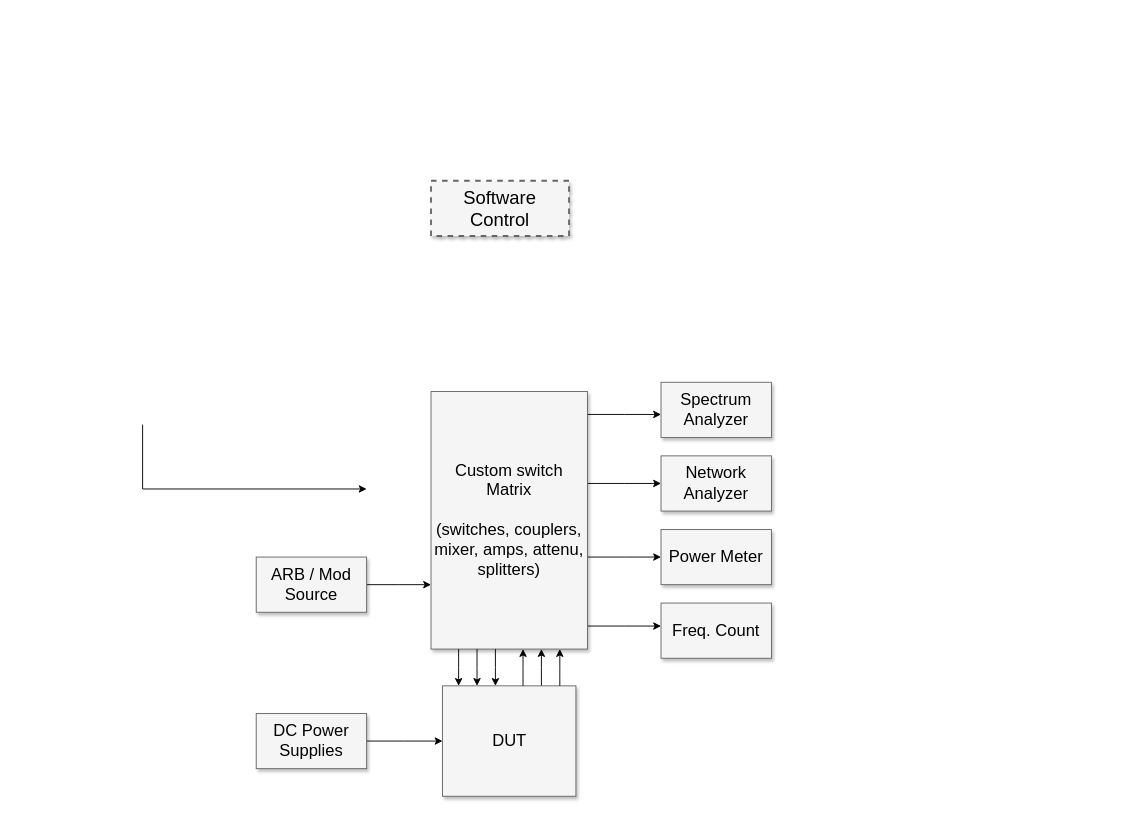
Earlier version of the draw.io diagram can_f767_2_block_diagram.drawio (benjaminkravets/STM32F767ZI). Source tidied: cells renumbered, new cells numbered last; positions are measured from the earlier drawing's top-left corner, leaving out a move shared by most shapes. Both pictures are drawn from the tidied source at 92%, with x=0, y=0 at pixel (143, 180).
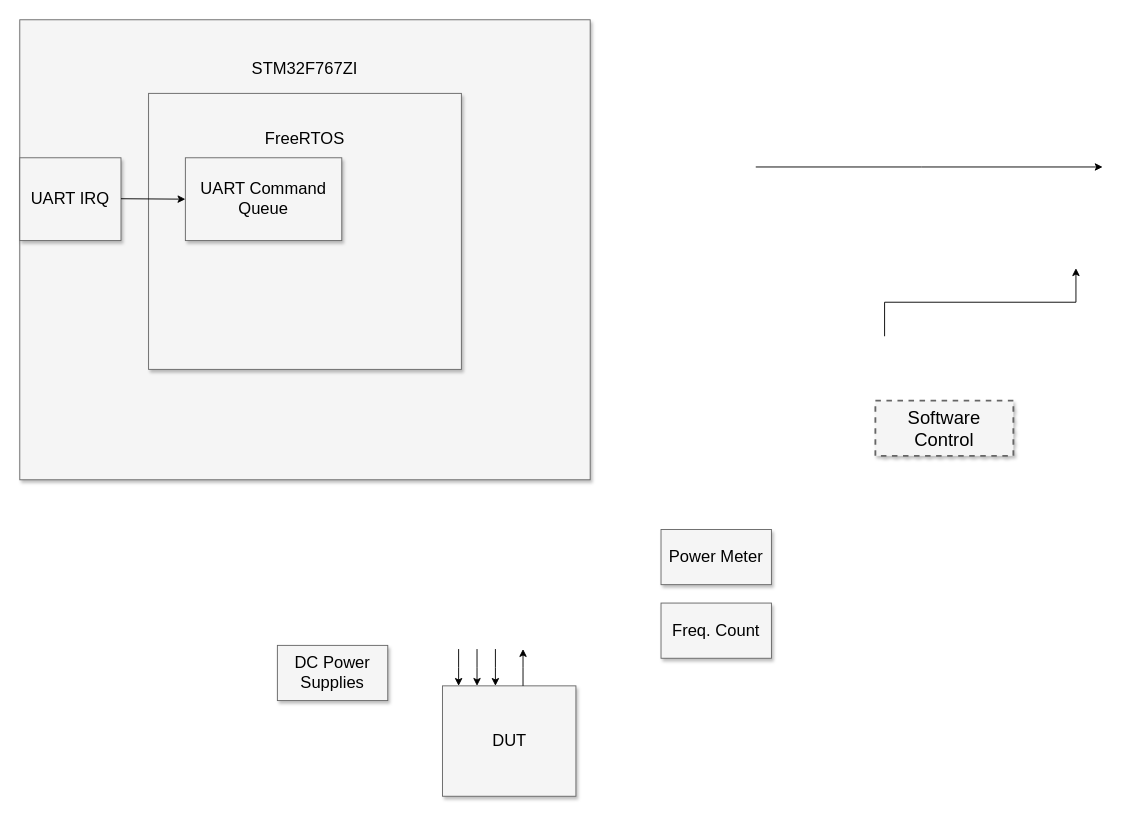
Above is the later version.

The change refers to these unchanged cells:
```xml
<mxCell id="11" value="Power Meter" style="whiteSpace=wrap;html=1;shadow=1;fontSize=18;fillColor=#f5f5f5;strokeColor=#666666;" parent="1" vertex="1">
  <mxGeometry x="563" y="379" width="120" height="60" as="geometry" />
</mxCell>
<mxCell id="12" value="Freq. Count" style="whiteSpace=wrap;html=1;shadow=1;fontSize=18;fillColor=#f5f5f5;strokeColor=#666666;" parent="1" vertex="1">
  <mxGeometry x="563" y="459" width="120" height="60" as="geometry" />
</mxCell>
<mxCell id="16" value="DUT" style="whiteSpace=wrap;html=1;shadow=1;fontSize=18;fillColor=#f5f5f5;strokeColor=#666666;" parent="1" vertex="1">
  <mxGeometry x="325.5" y="549" width="145" height="120" as="geometry" />
</mxCell>
```

What changed in the source:
```diff
@@
     <mxCell id="2" value="Software Control" style="whiteSpace=wrap;html=1;shadow=1;fontSize=20;fillColor=#f5f5f5;strokeColor=#666666;strokeWidth=2;dashed=1;" parent="1" vertex="1">
-      <mxGeometry x="313" width="150" height="60" as="geometry" />
+      <mxGeometry x="796" y="239" width="150" height="60" as="geometry" />
     </mxCell>
-    <mxCell id="3" style="edgeStyle=elbowEdgeStyle;rounded=0;html=1;startArrow=none;startFill=0;jettySize=auto;fontSize=18;elbow=vertical;" parent="1" edge="1" source="8" target="9">
-      <mxGeometry relative="1" as="geometry" />
+    <mxCell id="3" style="edgeStyle=elbowEdgeStyle;rounded=0;html=1;startArrow=none;startFill=0;jettySize=auto;orthogonalLoop=1;fontSize=18;elbow=vertical;" parent="1" edge="1">
+      <mxGeometry relative="1" as="geometry">
+        <mxPoint x="806" y="169" as="sourcePoint" />
+        <mxPoint x="1014" y="95" as="targetPoint" />
+      </mxGeometry>
     </mxCell>
-    <mxCell id="4" style="edgeStyle=elbowEdgeStyle;rounded=0;html=1;startArrow=none;startFill=0;jettySize=auto;fontSize=18;elbow=vertical;" parent="1" edge="1" source="8" target="10">
-      <mxGeometry relative="1" as="geometry" />
-    </mxCell>
-    <mxCell id="5" style="edgeStyle=elbowEdgeStyle;rounded=0;html=1;startArrow=none;startFill=0;jettySize=auto;fontSize=18;elbow=vertical;" parent="1" edge="1" source="8" target="11">
-      <mxGeometry relative="1" as="geometry" />
-    </mxCell>
-    <mxCell id="6" style="edgeStyle=elbowEdgeStyle;rounded=0;html=1;startArrow=none;startFill=0;jettySize=auto;fontSize=18;elbow=vertical;" parent="1" edge="1" source="8" target="12">
-      <mxGeometry relative="1" as="geometry" />
-    </mxCell>
-    <mxCell id="7" style="edgeStyle=elbowEdgeStyle;rounded=0;html=1;startArrow=none;startFill=0;jettySize=auto;fontSize=18;" parent="1" edge="1" source="16" target="8">
-      <mxGeometry relative="1" as="geometry">
-        <Array as="points">
-          <mxPoint x="433" y="529" />
-        </Array>
-      </mxGeometry>
-    </mxCell>
-    <mxCell id="8" value="Custom switch Matrix&lt;div&gt;&lt;br&gt;&lt;/div&gt;&lt;div&gt;(switches, couplers, mixer, amps, attenu, splitters)&lt;/div&gt;" style="whiteSpace=wrap;html=1;shadow=1;fontSize=18;fillColor=#f5f5f5;strokeColor=#666666;" parent="1" vertex="1">
-      <mxGeometry x="313" y="229" width="170" height="280" as="geometry" />
-    </mxCell>
-    <mxCell id="9" value="Spectrum Analyzer" style="whiteSpace=wrap;html=1;shadow=1;fontSize=18;fillColor=#f5f5f5;strokeColor=#666666;" parent="1" vertex="1">
-      <mxGeometry x="563" y="219" width="120" height="60" as="geometry" />
-    </mxCell>
-    <mxCell id="10" value="Network Analyzer" style="whiteSpace=wrap;html=1;shadow=1;fontSize=18;fillColor=#f5f5f5;strokeColor=#666666;" parent="1" vertex="1">
-      <mxGeometry x="563" y="299" width="120" height="60" as="geometry" />
-    </mxCell>
@@
-    <mxCell id="13" style="edgeStyle=elbowEdgeStyle;rounded=0;html=1;startArrow=none;startFill=0;jettySize=auto;orthogonalLoop=1;fontSize=18;elbow=vertical;" parent="1" edge="1">
-      <mxGeometry relative="1" as="geometry">
-        <mxPoint x="-0.5" y="265" as="sourcePoint" />
-        <mxPoint x="243" y="335" as="targetPoint" />
-        <Array as="points">
-          <mxPoint x="213" y="335" />
-        </Array>
-      </mxGeometry>
-    </mxCell>
-    <mxCell id="14" style="edgeStyle=elbowEdgeStyle;rounded=0;html=1;startArrow=none;startFill=0;jettySize=auto;fontSize=18;elbow=vertical;" parent="1" edge="1" source="15" target="8">
-      <mxGeometry relative="1" as="geometry" />
+    <mxCell id="14" style="edgeStyle=elbowEdgeStyle;rounded=0;html=1;startArrow=none;startFill=0;jettySize=auto;orthogonalLoop=1;fontSize=18;elbow=vertical;" parent="1" edge="1">
+      <mxGeometry relative="1" as="geometry">
+        <mxPoint x="666" y="-15" as="sourcePoint" />
+        <mxPoint x="1043" y="-15" as="targetPoint" />
+        <Array as="points">
+          <mxPoint x="846" y="-15" />
+        </Array>
+      </mxGeometry>
     </mxCell>
-    <mxCell id="15" value="ARB / Mod Source" style="whiteSpace=wrap;html=1;shadow=1;fontSize=18;fillColor=#f5f5f5;strokeColor=#666666;" parent="1" vertex="1">
-      <mxGeometry x="123" y="409" width="120" height="60" as="geometry" />
-    </mxCell>
@@
-    <mxCell id="17" style="edgeStyle=elbowEdgeStyle;rounded=0;html=1;startArrow=none;startFill=0;jettySize=auto;fontSize=18;elbow=vertical;" parent="1" edge="1" source="18" target="16">
-      <mxGeometry relative="1" as="geometry" />
-    </mxCell>
     <mxCell id="18" value="DC Power Supplies" style="whiteSpace=wrap;html=1;shadow=1;fontSize=18;fillColor=#f5f5f5;strokeColor=#666666;" parent="1" vertex="1">
-      <mxGeometry x="123" y="579" width="120" height="60" as="geometry" />
+      <mxGeometry x="146" y="505" width="120" height="60" as="geometry" />
     </mxCell>
-    <mxCell id="19" style="edgeStyle=elbowEdgeStyle;rounded=0;html=1;startArrow=none;startFill=0;jettySize=auto;fontSize=18;" parent="1" edge="1" source="16" target="8">
-      <mxGeometry relative="1" as="geometry">
-        <Array as="points">
-          <mxPoint x="453" y="529" />
-          <mxPoint x="433" y="529" />
-        </Array>
-      </mxGeometry>
-    </mxCell>
@@
+    <mxCell id="8" value="STM32F767ZI&lt;div&gt;&lt;br&gt;&lt;/div&gt;&lt;div&gt;&lt;br&gt;&lt;/div&gt;" style="whiteSpace=wrap;html=1;shadow=1;fontSize=18;fillColor=#f5f5f5;strokeColor=#666666;spacing=2;spacingTop=0;spacingBottom=350;" parent="1" vertex="1">
+      <mxGeometry x="-134" y="-175" width="620" height="500" as="geometry" />
+    </mxCell>
+    <mxCell id="9" value="FreeRTOS" style="whiteSpace=wrap;html=1;shadow=1;fontSize=18;fillColor=#f5f5f5;strokeColor=#666666;spacingBottom=200;" parent="1" vertex="1">
+      <mxGeometry x="6" y="-95" width="340" height="300" as="geometry" />
+    </mxCell>
+    <mxCell id="10" value="UART IRQ" style="whiteSpace=wrap;html=1;shadow=1;fontSize=18;fillColor=#f5f5f5;strokeColor=#666666;" parent="1" vertex="1">
+      <mxGeometry x="-134" y="-25" width="110" height="90" as="geometry" />
+    </mxCell>
+    <mxCell id="15" value="UART Command Queue" style="whiteSpace=wrap;html=1;shadow=1;fontSize=18;fillColor=#f5f5f5;strokeColor=#666666;" parent="1" vertex="1">
+      <mxGeometry x="46" y="-25" width="170" height="90" as="geometry" />
+    </mxCell>
+    <mxCell id="17" style="edgeStyle=elbowEdgeStyle;rounded=0;html=1;startArrow=none;startFill=0;jettySize=auto;fontSize=18;elbow=vertical;entryX=0;entryY=0.5;entryDx=0;entryDy=0;" parent="1" edge="1" target="15">
+      <mxGeometry relative="1" as="geometry">
+        <mxPoint x="-24" y="19.5" as="sourcePoint" />
+      </mxGeometry>
+    </mxCell>
```
